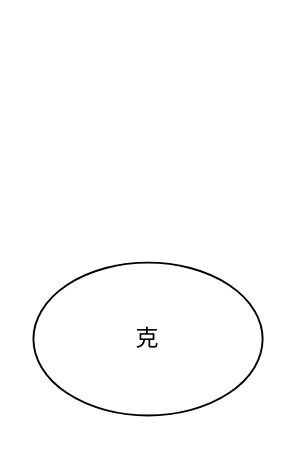
asd0591804/treeImage keeps this draw.io diagram as 未命名绘图.drawio. Above is the earlier version. Source tidied: cells renumbered, new cells numbered last; positions are measured from the earlier drawing's top-left corner, leaving out a move shared by most shapes. Both pictures are drawn from the tidied source at 191%, with x=0, y=0 at pixel (32, 262).
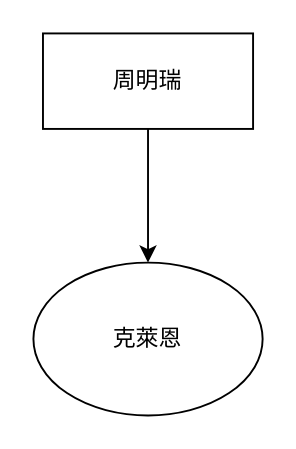
The same page after the edit.

Commit message:
更新未命名绘图.drawio

Diff of the diagram source:
```diff
@@
 <mxGraphModel>
   <root>
     <mxCell id="0" />
     <mxCell id="1" parent="0" />
-    <mxCell id="2" value="克" style="ellipse;whiteSpace=wrap;html=1;" parent="1" vertex="1">
+    <mxCell id="2" value="克萊恩" style="ellipse;whiteSpace=wrap;html=1;" parent="1" vertex="1">
       <mxGeometry width="120" height="80" as="geometry" />
     </mxCell>
+    <mxCell id="3" style="edgeStyle=orthogonalEdgeStyle;rounded=0;jettySize=auto;html=1;exitX=0.5;exitY=1;exitDx=0;exitDy=0;entryX=0.5;entryY=0;entryDx=0;entryDy=0;" parent="1" edge="1" source="4" target="2">
+      <mxGeometry relative="1" as="geometry" />
+    </mxCell>
+    <mxCell id="4" value="周明瑞" style="html=1;whiteSpace=wrap;" parent="1" vertex="1">
+      <mxGeometry x="5" y="-120" width="110" height="50" as="geometry" />
+    </mxCell>
   </root>
 </mxGraphModel>
```
